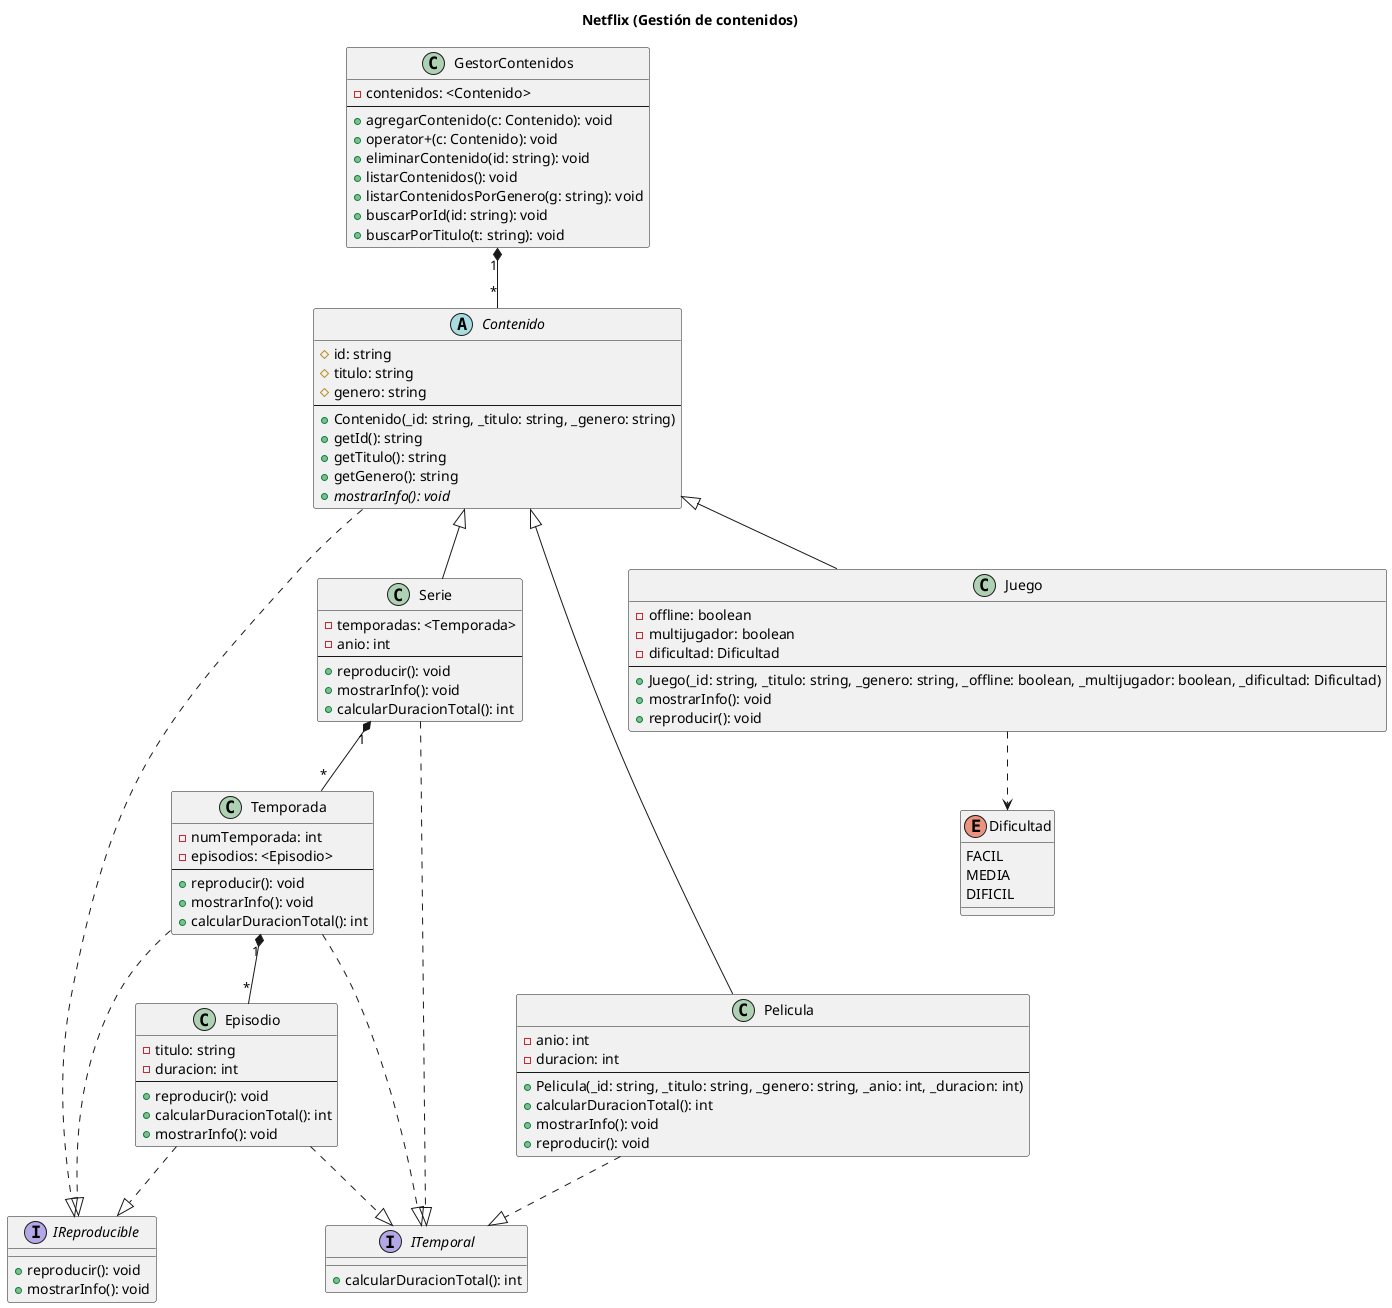
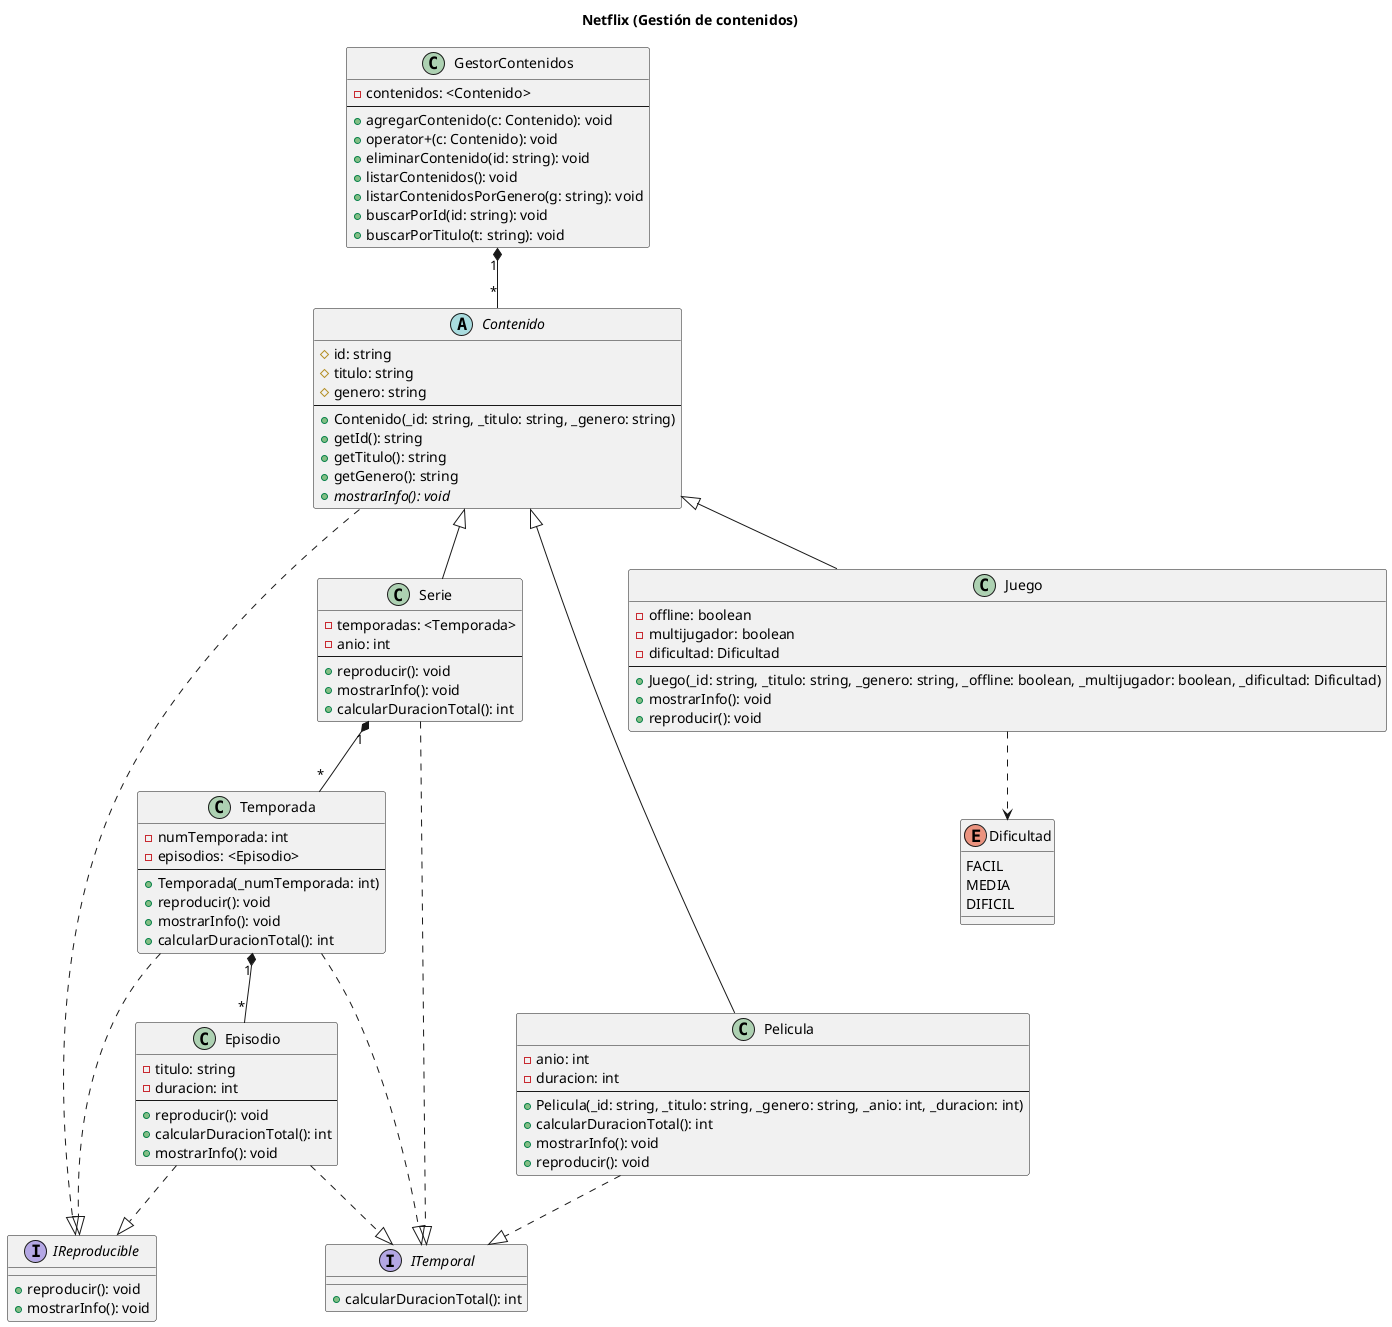
@startuml gestor_streaming
title Netflix (Gestión de contenidos)

interface IReproducible {
  + reproducir(): void
  + mostrarInfo(): void
}

interface ITemporal {
  + calcularDuracionTotal(): int
}

abstract class Contenido {
  # id: string
  # titulo: string
  # genero: string
  ---
  + Contenido(_id: string, _titulo: string, _genero: string)
  + getId(): string
  + getTitulo(): string
  + getGenero(): string
  + {abstract} mostrarInfo(): void
}

class GestorContenidos {
  - contenidos: <Contenido>
  ---
  + agregarContenido(c: Contenido): void
  + operator+(c: Contenido): void
  + eliminarContenido(id: string): void
  + listarContenidos(): void
  + listarContenidosPorGenero(g: string): void
  + buscarPorId(id: string): void
  + buscarPorTitulo(t: string): void
}

class Pelicula {
  - anio: int
  - duracion: int
  ---
  + Pelicula(_id: string, _titulo: string, _genero: string, _anio: int, _duracion: int)
  + calcularDuracionTotal(): int
  + mostrarInfo(): void
  + reproducir(): void
}

class Serie {
  - temporadas: <Temporada>
  - anio: int
  ---
  + reproducir(): void
  + mostrarInfo(): void
  + calcularDuracionTotal(): int
}

class Juego {
  - offline: boolean
  - multijugador: boolean
  - dificultad: Dificultad
  ---
  + Juego(_id: string, _titulo: string, _genero: string, _offline: boolean, _multijugador: boolean, _dificultad: Dificultad)
  + mostrarInfo(): void
  + reproducir(): void
}

enum Dificultad {
  FACIL
  MEDIA
  DIFICIL
}

class Temporada {
  - numTemporada: int
  - episodios: <Episodio>
  ---
+   + Temporada(_numTemporada: int)
  + reproducir(): void
  + mostrarInfo(): void
  + calcularDuracionTotal(): int
}

class Episodio {
  - titulo: string
  - duracion: int
  ---
  + reproducir(): void
  + calcularDuracionTotal(): int
  + mostrarInfo(): void
}

' Jerarquía principal
Contenido <|-- Pelicula
Contenido <|-- Serie
Contenido <|-- Juego

' Interfaces
Contenido ..|> IReproducible
Episodio ..|> IReproducible
Temporada ..|> IReproducible

Pelicula ..|> ITemporal
Serie ..|> ITemporal
Temporada ..|> ITemporal
Episodio ..|> ITemporal

' Composiciones
GestorContenidos "1" *-- "*" Contenido
Serie "1" *-- "*" Temporada
Temporada "1" *-- "*" Episodio

' Dependencia
Juego ..> Dificultad

@enduml